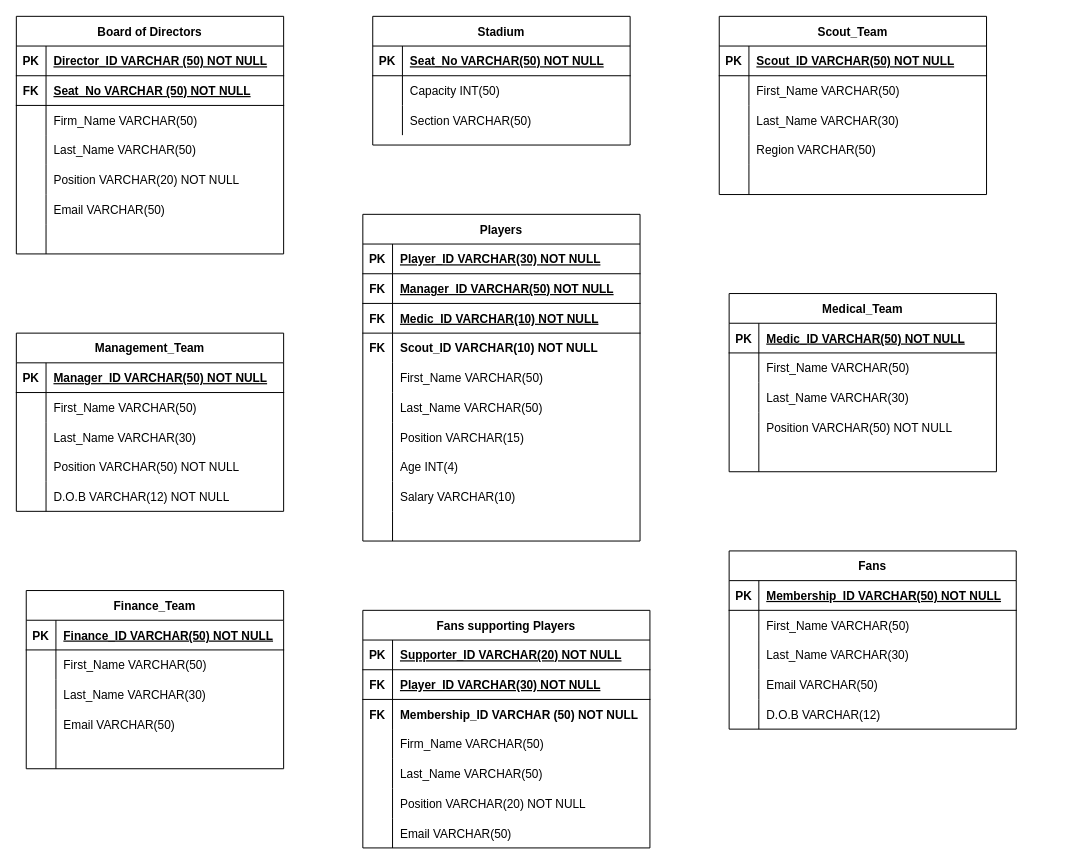
This is page "Physical Data Model" (2 of 2) of ERDiagramupdated.drawio from Smithg8/Databases, a draw.io file, before an edit. Source tidied: cells renumbered, new cells numbered last; positions are measured from the earlier drawing's top-left corner, leaving out a move shared by most shapes. Both pictures are drawn from the tidied source at 99%, with x=0, y=0 at pixel (16, 16).
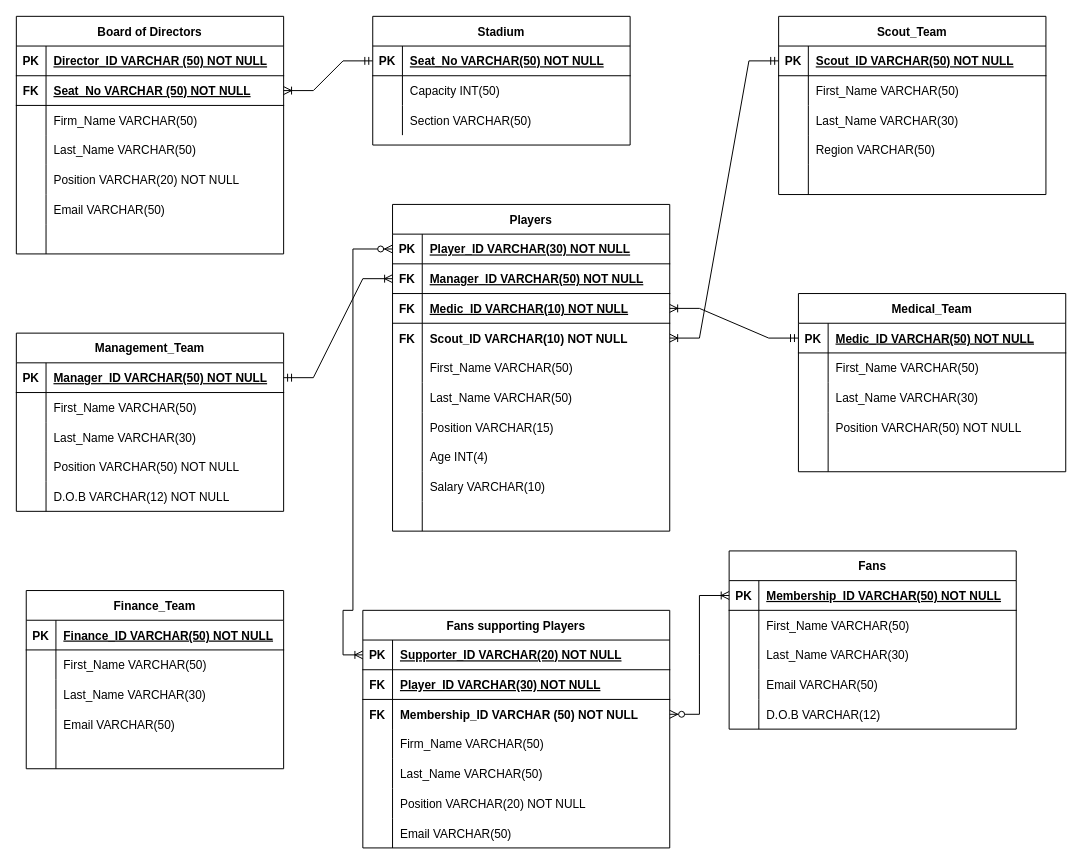
The same page after the edit.

The change refers to these unchanged cells:
```xml
<mxCell id="6" style="shape=tableRow;horizontal=0;startSize=0;swimlaneHead=0;swimlaneBody=0;fillColor=none;points=[[0,0.5],[1,0.5]];portConstraint=eastwest;top=0;left=0;right=0;bottom=1;" parent="2" vertex="1">
  <mxGeometry y="60" width="270" height="30" as="geometry" />
</mxCell>
<mxCell id="25" style="shape=tableRow;horizontal=0;startSize=0;swimlaneHead=0;swimlaneBody=0;fillColor=none;points=[[0,0.5],[1,0.5]];portConstraint=eastwest;top=0;left=0;right=0;bottom=1;" parent="24" vertex="1">
  <mxGeometry y="30" width="260" height="30" as="geometry" />
</mxCell>
<mxCell id="51" style="shape=tableRow;horizontal=0;startSize=0;swimlaneHead=0;swimlaneBody=0;fillColor=none;points=[[0,0.5],[1,0.5]];portConstraint=eastwest;top=0;left=0;right=0;bottom=1;" parent="50" vertex="1">
  <mxGeometry y="30" width="270" height="30" as="geometry" />
</mxCell>
<mxCell id="67" style="shape=tableRow;horizontal=0;startSize=0;swimlaneHead=0;swimlaneBody=0;fillColor=none;points=[[0,0.5],[1,0.5]];portConstraint=eastwest;top=0;left=0;right=0;bottom=1;" parent="66" vertex="1">
  <mxGeometry y="30" width="270" height="30" as="geometry" />
</mxCell>
<mxCell id="83" style="shape=tableRow;horizontal=0;startSize=0;swimlaneHead=0;swimlaneBody=0;fillColor=none;points=[[0,0.5],[1,0.5]];portConstraint=eastwest;top=0;left=0;right=0;bottom=1;" parent="82" vertex="1">
  <mxGeometry y="30" width="270" height="30" as="geometry" />
</mxCell>
<mxCell id="99" style="shape=tableRow;horizontal=0;startSize=0;swimlaneHead=0;swimlaneBody=0;fillColor=none;points=[[0,0.5],[1,0.5]];portConstraint=eastwest;top=0;left=0;right=0;bottom=1;" parent="98" vertex="1">
  <mxGeometry y="30" width="280" height="30" as="geometry" />
</mxCell>
<mxCell id="102" style="shape=tableRow;horizontal=0;startSize=0;swimlaneHead=0;swimlaneBody=0;fillColor=none;points=[[0,0.5],[1,0.5]];portConstraint=eastwest;top=0;left=0;right=0;bottom=1;" parent="98" vertex="1">
  <mxGeometry y="60" width="280" height="30" as="geometry" />
</mxCell>
<mxCell id="105" style="shape=tableRow;horizontal=0;startSize=0;swimlaneHead=0;swimlaneBody=0;fillColor=none;points=[[0,0.5],[1,0.5]];portConstraint=eastwest;top=0;left=0;right=0;bottom=1;" parent="98" vertex="1">
  <mxGeometry y="90" width="280" height="30" as="geometry" />
</mxCell>
<mxCell id="108" style="shape=tableRow;horizontal=0;startSize=0;swimlaneHead=0;swimlaneBody=0;fillColor=none;points=[[0,0.5],[1,0.5]];portConstraint=eastwest;top=0;left=0;right=0;bottom=0;" parent="98" vertex="1">
  <mxGeometry y="120" width="280" height="30" as="geometry" />
</mxCell>
<mxCell id="130" style="shape=tableRow;horizontal=0;startSize=0;swimlaneHead=0;swimlaneBody=0;fillColor=none;points=[[0,0.5],[1,0.5]];portConstraint=eastwest;top=0;left=0;right=0;bottom=1;" parent="129" vertex="1">
  <mxGeometry y="30" width="290" height="30" as="geometry" />
</mxCell>
```

Diff of the diagram source:
```diff
@@
     <mxCell id="66" value="Medical_Team" style="shape=table;startSize=30;childLayout=tableLayout;rowLines=0;fontStyle=1;align=center;" parent="1" vertex="1">
-      <mxGeometry x="720" y="280" width="270" height="180" as="geometry" />
+      <mxGeometry x="790" y="280" width="270" height="180" as="geometry" />
     </mxCell>
@@
     <mxCell id="82" value="Scout_Team" style="shape=table;startSize=30;childLayout=tableLayout;rowLines=0;fontStyle=1;align=center;" parent="1" vertex="1">
-      <mxGeometry x="710" width="270" height="180" as="geometry" />
+      <mxGeometry x="770" width="270" height="180" as="geometry" />
     </mxCell>
@@
     <mxCell id="98" value="Players" style="shape=table;startSize=30;childLayout=tableLayout;rowLines=0;fontStyle=1;align=center;" parent="1" vertex="1">
-      <mxGeometry x="350" y="200" width="280" height="330" as="geometry" />
+      <mxGeometry x="380" y="190" width="280" height="330" as="geometry" />
     </mxCell>
@@
     <mxCell id="145" value="Fans supporting Players" style="shape=table;startSize=30;childLayout=tableLayout;rowLines=0;fontStyle=1;align=center;" parent="1" vertex="1">
-      <mxGeometry x="350" y="600" width="290" height="240" as="geometry" />
+      <mxGeometry x="350" y="600" width="310" height="240" as="geometry" />
     </mxCell>
     <mxCell id="146" style="shape=tableRow;horizontal=0;startSize=0;swimlaneHead=0;swimlaneBody=0;fillColor=none;points=[[0,0.5],[1,0.5]];portConstraint=eastwest;top=0;left=0;right=0;bottom=1;" parent="145" vertex="1">
-      <mxGeometry y="30" width="290" height="30" as="geometry" />
+      <mxGeometry y="30" width="310" height="30" as="geometry" />
     </mxCell>
@@
     <mxCell id="148" value="Supporter_ID VARCHAR(20) NOT NULL" style="shape=partialRectangle;fillColor=none;top=0;left=0;bottom=0;right=0;align=left;spacingLeft=6;fontStyle=5;overflow=hidden;" parent="146" vertex="1">
-      <mxGeometry x="30" width="260" height="30" as="geometry" />
+      <mxGeometry x="30" width="280" height="30" as="geometry" />
     </mxCell>
     <mxCell id="149" style="shape=tableRow;horizontal=0;startSize=0;swimlaneHead=0;swimlaneBody=0;fillColor=none;top=0;left=0;right=0;bottom=1;" parent="145" vertex="1">
-      <mxGeometry y="60" width="290" height="30" as="geometry" />
+      <mxGeometry y="60" width="310" height="30" as="geometry" />
     </mxCell>
@@
     <mxCell id="151" value="Player_ID VARCHAR(30) NOT NULL" style="shape=partialRectangle;fillColor=none;top=0;left=0;bottom=0;right=0;align=left;spacingLeft=6;fontStyle=5;overflow=hidden;" parent="149" vertex="1">
-      <mxGeometry x="30" width="260" height="30" as="geometry" />
+      <mxGeometry x="30" width="280" height="30" as="geometry" />
     </mxCell>
     <mxCell id="152" style="shape=tableRow;horizontal=0;startSize=0;swimlaneHead=0;swimlaneBody=0;fillColor=none;points=[[0,0.5],[1,0.5]];portConstraint=eastwest;top=0;left=0;right=0;bottom=0;" parent="145" vertex="1">
-      <mxGeometry y="90" width="290" height="30" as="geometry" />
+      <mxGeometry y="90" width="310" height="30" as="geometry" />
     </mxCell>
@@
     <mxCell id="154" value="Membership_ID VARCHAR (50) NOT NULL" style="shape=partialRectangle;fillColor=none;top=0;left=0;bottom=0;right=0;align=left;spacingLeft=6;overflow=hidden;fontStyle=1;" parent="152" vertex="1">
-      <mxGeometry x="30" width="260" height="30" as="geometry" />
+      <mxGeometry x="30" width="280" height="30" as="geometry" />
     </mxCell>
     <mxCell id="155" style="shape=tableRow;horizontal=0;startSize=0;swimlaneHead=0;swimlaneBody=0;fillColor=none;top=0;left=0;right=0;bottom=0;" parent="145" vertex="1">
-      <mxGeometry y="120" width="290" height="30" as="geometry" />
+      <mxGeometry y="120" width="310" height="30" as="geometry" />
     </mxCell>
@@
     <mxCell id="157" value="Firm_Name VARCHAR(50)" style="shape=partialRectangle;fillColor=none;top=0;left=0;bottom=0;right=0;align=left;spacingLeft=6;overflow=hidden;" parent="155" vertex="1">
-      <mxGeometry x="30" width="260" height="30" as="geometry" />
+      <mxGeometry x="30" width="280" height="30" as="geometry" />
     </mxCell>
     <mxCell id="158" style="shape=tableRow;horizontal=0;startSize=0;swimlaneHead=0;swimlaneBody=0;fillColor=none;top=0;left=0;right=0;bottom=0;" parent="145" vertex="1">
-      <mxGeometry y="150" width="290" height="30" as="geometry" />
+      <mxGeometry y="150" width="310" height="30" as="geometry" />
     </mxCell>
@@
     <mxCell id="160" value="Last_Name VARCHAR(50)" style="shape=partialRectangle;fillColor=none;top=0;left=0;bottom=0;right=0;align=left;spacingLeft=6;overflow=hidden;" parent="158" vertex="1">
-      <mxGeometry x="30" width="260" height="30" as="geometry" />
+      <mxGeometry x="30" width="280" height="30" as="geometry" />
     </mxCell>
     <mxCell id="161" style="shape=tableRow;horizontal=0;startSize=0;swimlaneHead=0;swimlaneBody=0;fillColor=none;top=0;left=0;right=0;bottom=0;" parent="145" vertex="1">
-      <mxGeometry y="180" width="290" height="30" as="geometry" />
+      <mxGeometry y="180" width="310" height="30" as="geometry" />
     </mxCell>
@@
     <mxCell id="163" value="Position VARCHAR(20) NOT NULL" style="shape=partialRectangle;fillColor=none;top=0;left=0;bottom=0;right=0;align=left;spacingLeft=6;overflow=hidden;" parent="161" vertex="1">
-      <mxGeometry x="30" width="260" height="30" as="geometry" />
+      <mxGeometry x="30" width="280" height="30" as="geometry" />
     </mxCell>
     <mxCell id="164" style="shape=tableRow;horizontal=0;startSize=0;swimlaneHead=0;swimlaneBody=0;fillColor=none;top=0;left=0;right=0;bottom=0;" parent="145" vertex="1">
-      <mxGeometry y="210" width="290" height="30" as="geometry" />
+      <mxGeometry y="210" width="310" height="30" as="geometry" />
     </mxCell>
@@
     <mxCell id="166" value="Email VARCHAR(50)" style="shape=partialRectangle;fillColor=none;top=0;left=0;bottom=0;right=0;align=left;spacingLeft=6;overflow=hidden;" parent="164" vertex="1">
-      <mxGeometry x="30" width="260" height="30" as="geometry" />
+      <mxGeometry x="30" width="280" height="30" as="geometry" />
     </mxCell>
+    <mxCell id="167" style="edgeStyle=entityRelationEdgeStyle;fontSize=12;html=1;endArrow=ERoneToMany;startArrow=ERmandOne;rounded=0;entryX=1;entryY=0.5;entryDx=0;entryDy=0;exitX=0;exitY=0.5;exitDx=0;exitDy=0;" parent="1" edge="1" source="25" target="6">
+      <mxGeometry relative="1" as="geometry" />
+    </mxCell>
+    <mxCell id="168" style="edgeStyle=entityRelationEdgeStyle;fontSize=12;html=1;endArrow=ERoneToMany;startArrow=ERmandOne;rounded=0;entryX=0;entryY=0.5;entryDx=0;entryDy=0;exitX=1;exitY=0.5;exitDx=0;exitDy=0;" parent="1" edge="1" source="51" target="102">
+      <mxGeometry relative="1" as="geometry" />
+    </mxCell>
+    <mxCell id="169" style="edgeStyle=entityRelationEdgeStyle;fontSize=12;html=1;endArrow=ERoneToMany;startArrow=ERmandOne;rounded=0;entryX=1;entryY=0.5;entryDx=0;entryDy=0;exitX=0;exitY=0.5;exitDx=0;exitDy=0;" parent="1" edge="1" source="67" target="105">
+      <mxGeometry relative="1" as="geometry" />
+    </mxCell>
+    <mxCell id="170" style="edgeStyle=entityRelationEdgeStyle;fontSize=12;html=1;endArrow=ERoneToMany;startArrow=ERmandOne;rounded=0;entryX=1;entryY=0.5;entryDx=0;entryDy=0;exitX=0;exitY=0.5;exitDx=0;exitDy=0;" parent="1" edge="1" source="83" target="108">
+      <mxGeometry relative="1" as="geometry" />
+    </mxCell>
+    <mxCell id="171" style="edgeStyle=entityRelationEdgeStyle;fontSize=12;html=1;endArrow=ERoneToMany;startArrow=ERzeroToMany;rounded=0;entryX=0;entryY=0.5;entryDx=0;entryDy=0;exitX=1;exitY=0.5;exitDx=0;exitDy=0;" parent="1" edge="1" source="152" target="130">
+      <mxGeometry relative="1" as="geometry" />
+    </mxCell>
+    <mxCell id="172" style="fontSize=12;html=1;endArrow=ERoneToMany;startArrow=ERzeroToMany;rounded=0;exitX=0;exitY=0.5;exitDx=0;exitDy=0;entryX=0;entryY=0.5;entryDx=0;entryDy=0;edgeStyle=orthogonalEdgeStyle;elbow=vertical;" parent="1" edge="1" source="99" target="146">
+      <mxGeometry relative="1" as="geometry">
+        <Array as="points">
+          <mxPoint x="340" y="235" />
+          <mxPoint x="340" y="600" />
+          <mxPoint x="330" y="600" />
+          <mxPoint x="330" y="645" />
+        </Array>
+      </mxGeometry>
+    </mxCell>
```
